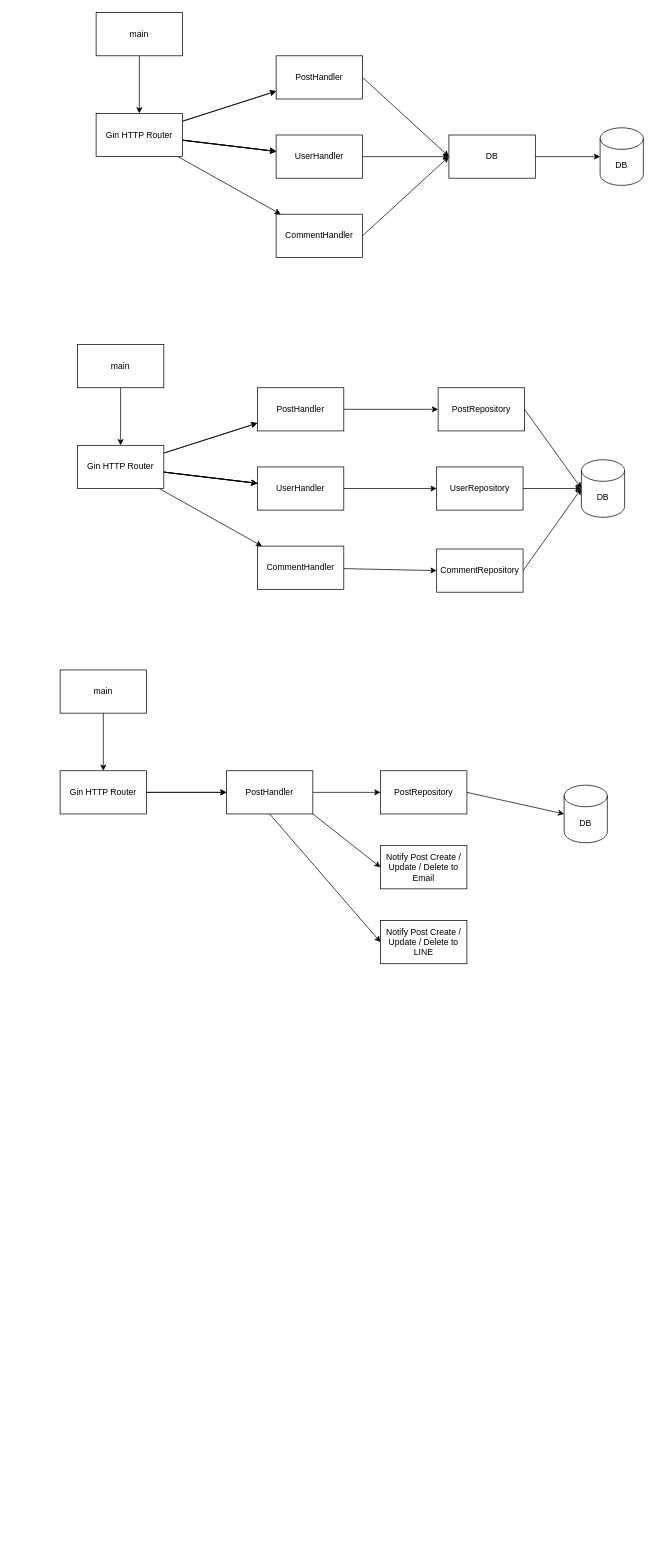
This is diagram.drawio from iporsut/gosolid, a draw.io file, before an edit. Source tidied: cells renumbered, new cells numbered last; positions are measured from the earlier drawing's top-left corner, leaving out a move shared by most shapes. Both pictures are drawn from the tidied source at 72%, with x=0, y=0 at pixel (60, 12).
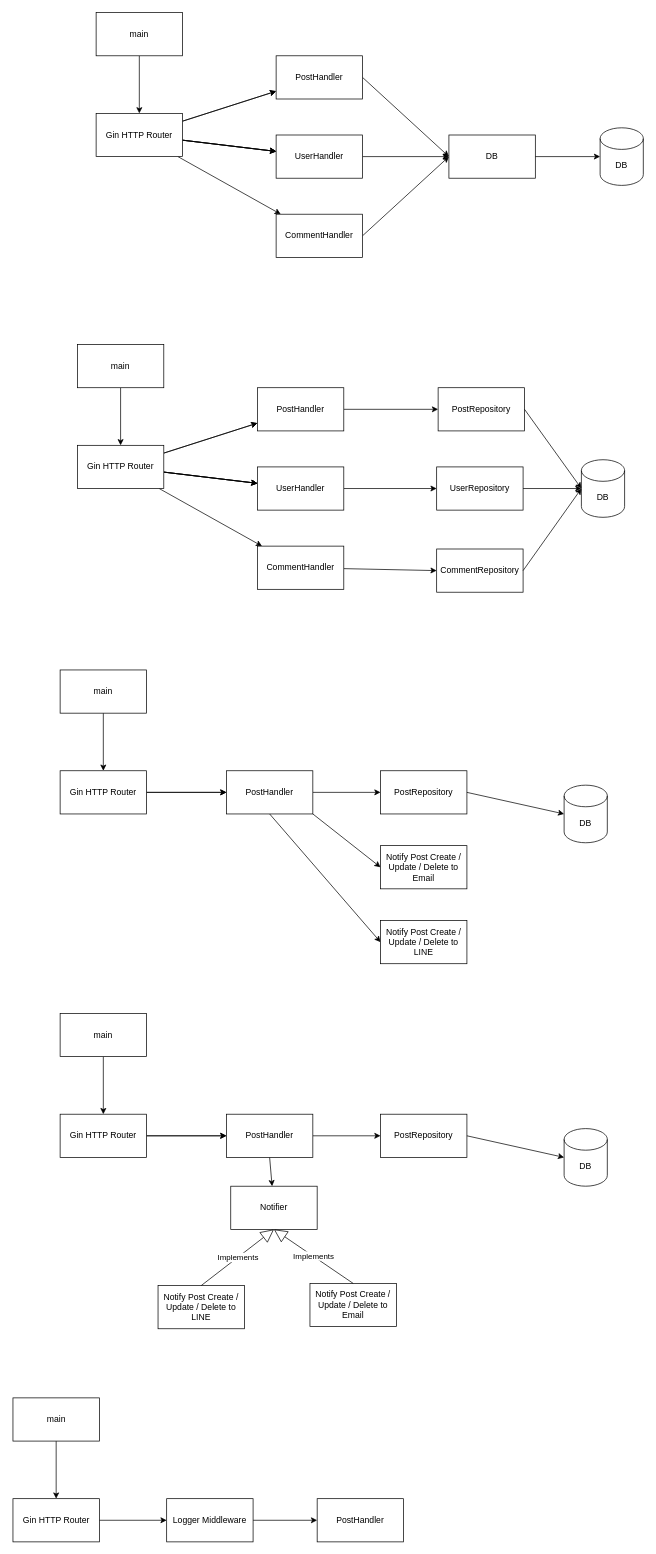
The same diagram, later.

The edit, as a diff of the source:
```diff
@@
+    <mxCell id="58" style="edgeStyle=none;html=1;" parent="1" edge="1" source="62" target="61">
+      <mxGeometry relative="1" as="geometry" />
+    </mxCell>
+    <mxCell id="59" style="edgeStyle=none;html=1;" parent="1" edge="1" source="61" target="68">
+      <mxGeometry relative="1" as="geometry" />
+    </mxCell>
+    <mxCell id="60" style="edgeStyle=none;html=1;" parent="1" edge="1" source="61" target="68">
+      <mxGeometry relative="1" as="geometry" />
+    </mxCell>
+    <mxCell id="61" value="Gin HTTP Router" style="rounded=0;whiteSpace=wrap;html=1;" parent="1" vertex="1">
+      <mxGeometry y="1530" width="120" height="60" as="geometry" />
+    </mxCell>
+    <mxCell id="62" value="main" style="whiteSpace=wrap;html=1;rounded=0;" parent="1" vertex="1">
+      <mxGeometry y="1390" width="120" height="60" as="geometry" />
+    </mxCell>
+    <mxCell id="63" value="PostRepository" style="rounded=0;whiteSpace=wrap;html=1;" parent="1" vertex="1">
+      <mxGeometry x="445" y="1530" width="120" height="60" as="geometry" />
+    </mxCell>
+    <mxCell id="64" value="DB" style="shape=cylinder3;whiteSpace=wrap;html=1;boundedLbl=1;backgroundOutline=1;size=15;" parent="1" vertex="1">
+      <mxGeometry x="700" y="1550" width="60" height="80" as="geometry" />
+    </mxCell>
+    <mxCell id="65" style="edgeStyle=none;html=1;exitX=1;exitY=0.5;exitDx=0;exitDy=0;entryX=0;entryY=0.5;entryDx=0;entryDy=0;entryPerimeter=0;" parent="1" edge="1" source="63" target="64">
+      <mxGeometry relative="1" as="geometry" />
+    </mxCell>
+    <mxCell id="66" style="edgeStyle=none;html=1;exitX=1;exitY=0.5;exitDx=0;exitDy=0;entryX=0;entryY=0.5;entryDx=0;entryDy=0;" parent="1" edge="1" source="68" target="63">
+      <mxGeometry relative="1" as="geometry" />
+    </mxCell>
+    <mxCell id="67" style="edgeStyle=none;html=1;exitX=0.5;exitY=1;exitDx=0;exitDy=0;" parent="1" edge="1" source="68" target="71">
+      <mxGeometry relative="1" as="geometry" />
+    </mxCell>
+    <mxCell id="68" value="PostHandler" style="whiteSpace=wrap;html=1;rounded=0;" parent="1" vertex="1">
+      <mxGeometry x="231" y="1530" width="120" height="60" as="geometry" />
+    </mxCell>
+    <mxCell id="69" value="Notify Post Create / Update / Delete to Email" style="rounded=0;whiteSpace=wrap;html=1;" parent="1" vertex="1">
+      <mxGeometry x="347" y="1765" width="120" height="60" as="geometry" />
+    </mxCell>
+    <mxCell id="70" value="Notify Post Create / Update / Delete to LINE" style="rounded=0;whiteSpace=wrap;html=1;" parent="1" vertex="1">
+      <mxGeometry x="136" y="1768" width="120" height="60" as="geometry" />
+    </mxCell>
+    <mxCell id="71" value="Notifier" style="rounded=0;whiteSpace=wrap;html=1;" parent="1" vertex="1">
+      <mxGeometry x="237" y="1630" width="120" height="60" as="geometry" />
+    </mxCell>
+    <mxCell id="72" value="Implements" style="endArrow=block;endSize=16;endFill=0;html=1;exitX=0.5;exitY=0;exitDx=0;exitDy=0;entryX=0.5;entryY=1;entryDx=0;entryDy=0;" parent="1" edge="1" source="70" target="71">
+      <mxGeometry relative="1" as="geometry" />
+    </mxCell>
+    <mxCell id="73" value="Implements" style="endArrow=block;endSize=16;endFill=0;html=1;exitX=0.5;exitY=0;exitDx=0;exitDy=0;entryX=0.5;entryY=1;entryDx=0;entryDy=0;" parent="1" edge="1" source="69" target="71">
+      <mxGeometry relative="1" as="geometry" />
+    </mxCell>
+    <mxCell id="74" style="edgeStyle=none;html=1;" parent="1" edge="1" source="77" target="76">
+      <mxGeometry relative="1" as="geometry" />
+    </mxCell>
+    <mxCell id="75" style="edgeStyle=none;html=1;entryX=0;entryY=0.5;entryDx=0;entryDy=0;" parent="1" edge="1" source="76" target="80">
+      <mxGeometry relative="1" as="geometry" />
+    </mxCell>
+    <mxCell id="76" value="Gin HTTP Router" style="rounded=0;whiteSpace=wrap;html=1;" parent="1" vertex="1">
+      <mxGeometry x="-65.5" y="2064" width="120" height="60" as="geometry" />
+    </mxCell>
+    <mxCell id="77" value="main" style="whiteSpace=wrap;html=1;rounded=0;" parent="1" vertex="1">
+      <mxGeometry x="-65.5" y="1924" width="120" height="60" as="geometry" />
+    </mxCell>
+    <mxCell id="78" value="PostHandler" style="whiteSpace=wrap;html=1;rounded=0;" parent="1" vertex="1">
+      <mxGeometry x="357" y="2064" width="120" height="60" as="geometry" />
+    </mxCell>
+    <mxCell id="79" style="edgeStyle=none;html=1;exitX=1;exitY=0.5;exitDx=0;exitDy=0;entryX=0;entryY=0.5;entryDx=0;entryDy=0;" parent="1" edge="1" source="80" target="78">
+      <mxGeometry relative="1" as="geometry" />
+    </mxCell>
+    <mxCell id="80" value="Logger Middleware" style="whiteSpace=wrap;html=1;rounded=0;" parent="1" vertex="1">
+      <mxGeometry x="148" y="2064" width="120" height="60" as="geometry" />
+    </mxCell>
```
